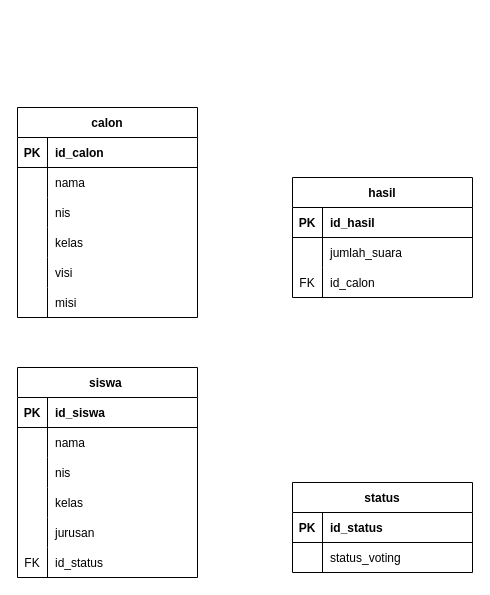
This is DRAW-iO/DataBaseFP.drawio from Reiaslite/Semester-3, a draw.io file, before an edit. Source tidied: cells renumbered, new cells numbered last; positions are measured from the earlier drawing's top-left corner, leaving out a move shared by most shapes. Both pictures are drawn from the tidied source at 100%, with x=0, y=0 at pixel (17, 107).
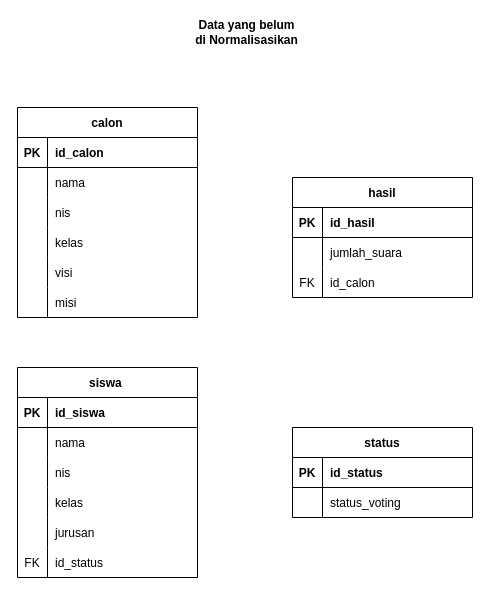
Above is the later version.

Diff of the diagram source:
```diff
@@
     <mxCell id="50" value="status" style="shape=table;startSize=30;childLayout=tableLayout;rowLines=0;fontStyle=1;align=center;" parent="1" vertex="1">
-      <mxGeometry x="275" y="375" width="180" height="90" as="geometry" />
+      <mxGeometry x="275" y="320" width="180" height="90" as="geometry" />
     </mxCell>
@@
+    <mxCell id="57" value="Data yang belum di Normalisasikan" style="text;html=1;strokeColor=none;fillColor=none;align=center;verticalAlign=middle;whiteSpace=wrap;rounded=0;fontStyle=1;" parent="1" vertex="1">
+      <mxGeometry x="176" y="-90" width="107" height="30" as="geometry" />
+    </mxCell>
```
